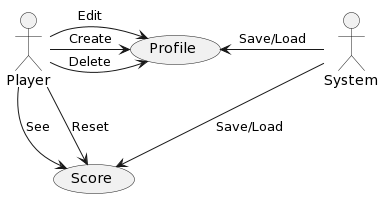
Above: doc/Software Structure/usecase.png in AntoninoRando/Grid-Quest (PlantUML), before the change. Source of this version:
```plantuml
@startuml
Actor Player
Actor System

Player -down-> (Score) : See
Player -down-> (Score) : Reset
Player -right-> (Profile) : Create
Player -right-> (Profile) : Edit
Player -right-> (Profile) : Delete

System -down-> (Score) : Save/Load
System -left-> (Profile) : Save/Load
@enduml
```
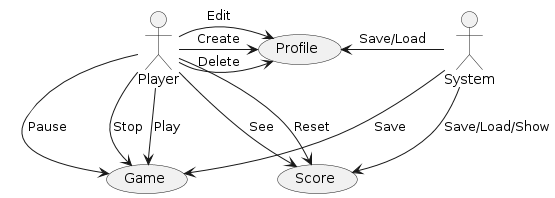
Later version of the same file.

Diff of the diagram source:
```diff
@@ -8,6 +8,12 @@
 Player -right-> (Profile) : Edit
 Player -right-> (Profile) : Delete
 
-System -down-> (Score) : Save/Load
+System -down-> (Score) : Save/Load/Show
 System -left-> (Profile) : Save/Load
+
+Player -right-> (Game) : Play
+Player -right-> (Game) : Pause
+Player -right-> (Game) : Stop
+
+System --> (Game) : Save
 @enduml
```
